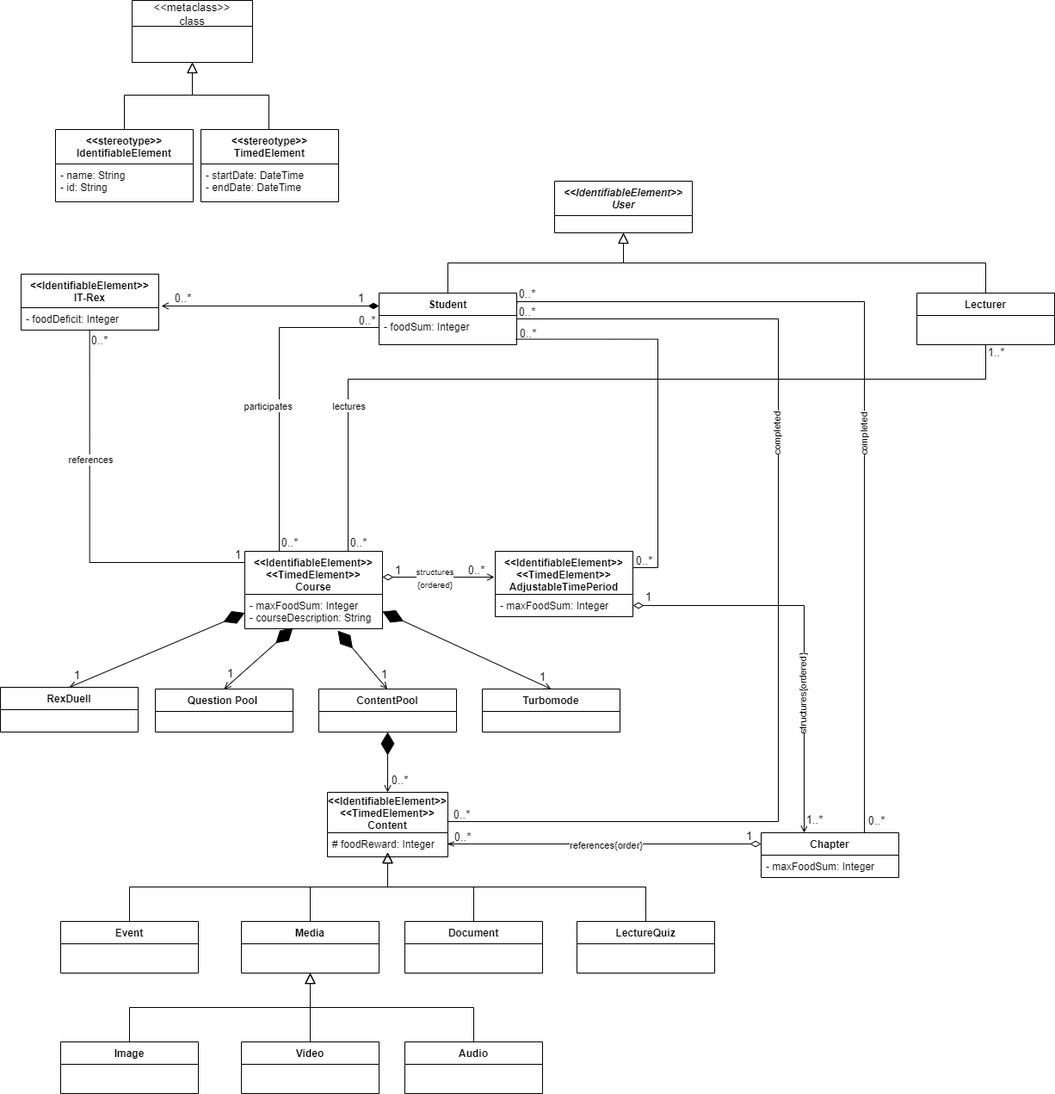
The draw.io diagram wiki/Images/Architecture/DataModel_CourseStructure.png in IT-REX-Platform/Wiki-EnPro-WS2020, before a commit. Source tidied: cells renumbered, new cells last; positions are measured from the earlier drawing's top-left corner, leaving out a move shared by most shapes.
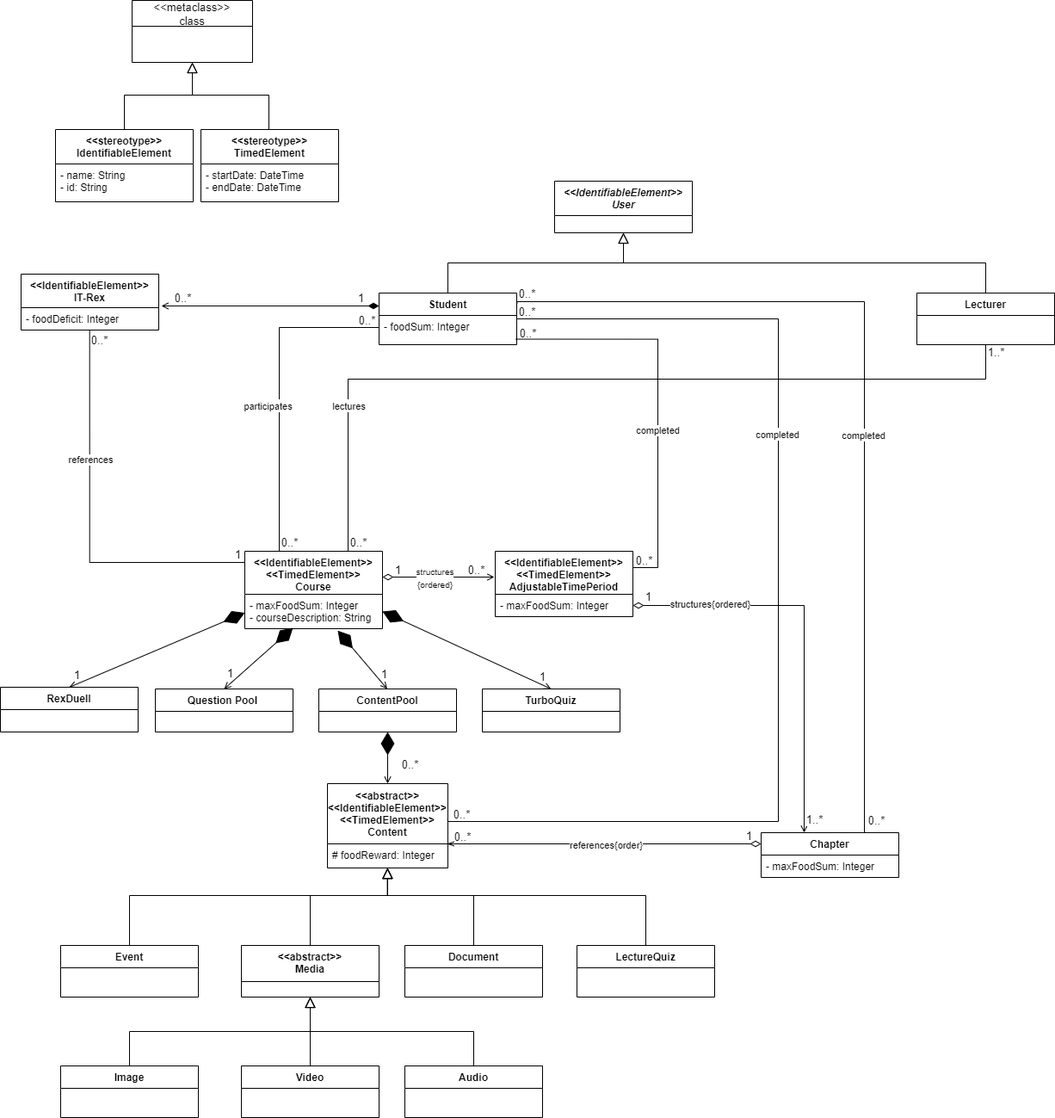
After the commit.

Commit message:
updated course structure model

Change to the diagram source:
```diff
@@ -18,7 +18,7 @@
         <mxPoint x="-27.3" y="-10.5" as="offset" />
       </mxGeometry>
     </mxCell>
-    <mxCell id="5" value="&lt;font style=&quot;font-size: 11px&quot;&gt;completed&lt;/font&gt;" style="edgeLabel;html=1;align=center;verticalAlign=middle;fontSize=13;horizontal=0;" parent="3" vertex="1">
+    <mxCell id="5" value="&lt;font style=&quot;font-size: 11px&quot;&gt;completed&lt;/font&gt;" style="edgeLabel;html=1;align=center;verticalAlign=middle;fontSize=13;horizontal=0;rotation=90;" parent="3" vertex="1">
       <mxGeometry x="-0.21" y="-1" relative="1" as="geometry">
         <mxPoint x="-1" y="153" as="offset" />
       </mxGeometry>
@@ -83,14 +83,6 @@
     <mxCell id="18" style="endArrow=block;endSize=10;endFill=0;shadow=0;strokeWidth=1;rounded=0;edgeStyle=elbowEdgeStyle;elbow=vertical;" parent="1" edge="1" source="17" target="2">
       <mxGeometry relative="1" as="geometry" />
     </mxCell>
-    <mxCell id="19" style="edgeStyle=orthogonalEdgeStyle;rounded=0;jettySize=auto;html=1;exitX=1;exitY=0.25;exitDx=0;exitDy=0;entryX=0.994;entryY=1.06;entryDx=0;entryDy=0;entryPerimeter=0;startArrow=none;startFill=0;endArrow=none;endFill=0;endSize=10;fontSize=11;" parent="1" edge="1" source="20" target="11">
-      <mxGeometry relative="1" as="geometry">
-        <Array as="points">
-          <mxPoint x="764" y="659" />
-          <mxPoint x="764" y="394" />
-        </Array>
-      </mxGeometry>
-    </mxCell>
     <mxCell id="20" value="&lt;&lt;IdentifiableElement&gt;&gt;&#10;&lt;&lt;TimedElement&gt;&gt;&#10;AdjustableTimePeriod" style="swimlane;fontStyle=1;align=center;verticalAlign=top;horizontal=1;startSize=50;" parent="1" vertex="1">
       <mxGeometry x="575" y="640" width="160" height="76" as="geometry" />
     </mxCell>
@@ -104,9 +96,9 @@
         </Array>
       </mxGeometry>
     </mxCell>
-    <mxCell id="23" value="&lt;font style=&quot;font-size: 11px&quot;&gt;structures{ordered}&lt;/font&gt;" style="edgeLabel;html=1;align=center;verticalAlign=middle;fontSize=13;horizontal=0;" parent="22" vertex="1">
+    <mxCell id="23" value="&lt;font style=&quot;font-size: 11px&quot;&gt;structures{ordered}&lt;/font&gt;" style="edgeLabel;html=1;align=center;verticalAlign=middle;fontSize=13;horizontal=0;rotation=90;" parent="22" vertex="1">
       <mxGeometry x="-0.25" y="1" relative="1" as="geometry">
-        <mxPoint x="-2" y="12.1" as="offset" />
+        <mxPoint x="-109" y="-93" as="offset" />
       </mxGeometry>
     </mxCell>
     <mxCell id="24" value="1" style="edgeLabel;html=1;align=center;verticalAlign=middle;fontSize=13;" parent="22" vertex="1">
@@ -132,7 +124,7 @@
       <mxGeometry y="39" width="160" height="26" as="geometry" />
     </mxCell>
     <mxCell id="30" value="Event" style="swimlane;fontStyle=1;align=center;verticalAlign=top;horizontal=1;startSize=26;" parent="1" vertex="1">
-      <mxGeometry x="70" y="1070" width="160" height="60" as="geometry" />
+      <mxGeometry x="70" y="1098" width="160" height="60" as="geometry" />
     </mxCell>
     <mxCell id="31" value="ContentPool" style="swimlane;fontStyle=1;align=center;verticalAlign=top;horizontal=1;startSize=26;rounded=0;shadow=0;strokeWidth=1;" parent="1" vertex="1">
       <mxGeometry x="370" y="800" width="160" height="50" as="geometry" />
@@ -164,76 +156,80 @@
     <mxCell id="37" value="- maxFoodSum: Integer&#10;- courseDescription: String" style="text;strokeColor=none;fillColor=none;align=left;verticalAlign=top;spacingLeft=4;spacingRight=4;overflow=hidden;points=[[0,0.5],[1,0.5]];portConstraint=eastwest;" parent="36" vertex="1">
       <mxGeometry y="50" width="160" height="40" as="geometry" />
     </mxCell>
-    <mxCell id="38" value="Turbomode" style="swimlane;fontStyle=1;align=center;verticalAlign=top;horizontal=1;startSize=26;" parent="1" vertex="1">
+    <mxCell id="38" value="TurboQuiz" style="swimlane;fontStyle=1;align=center;verticalAlign=top;horizontal=1;startSize=26;" parent="1" vertex="1">
       <mxGeometry x="560" y="800" width="160" height="50" as="geometry" />
     </mxCell>
     <mxCell id="39" value="RexDuell" style="swimlane;fontStyle=1;align=center;verticalAlign=top;horizontal=1;startSize=26;" parent="1" vertex="1">
       <mxGeometry y="798" width="160" height="52" as="geometry" />
     </mxCell>
-    <mxCell id="40" value="Media" style="swimlane;fontStyle=1;align=center;verticalAlign=top;horizontal=1;startSize=26;" parent="1" vertex="1">
-      <mxGeometry x="280" y="1070" width="160" height="60" as="geometry" />
+    <mxCell id="40" value="&lt;&lt;abstract&gt;&gt;&#10;Media" style="swimlane;fontStyle=1;align=center;verticalAlign=top;horizontal=1;startSize=42;" parent="1" vertex="1">
+      <mxGeometry x="280" y="1098" width="160" height="60" as="geometry" />
     </mxCell>
     <mxCell id="41" value="Document" style="swimlane;fontStyle=1;align=center;verticalAlign=top;horizontal=1;startSize=26;" parent="1" vertex="1">
-      <mxGeometry x="470" y="1070" width="160" height="60" as="geometry" />
+      <mxGeometry x="470" y="1098" width="160" height="60" as="geometry" />
     </mxCell>
     <mxCell id="42" value="LectureQuiz" style="swimlane;fontStyle=1;align=center;verticalAlign=top;horizontal=1;startSize=26;" parent="1" vertex="1">
-      <mxGeometry x="670" y="1070" width="160" height="60" as="geometry" />
+      <mxGeometry x="670" y="1098" width="160" height="60" as="geometry" />
     </mxCell>
     <mxCell id="43" value="Audio" style="swimlane;fontStyle=1;align=center;verticalAlign=top;horizontal=1;startSize=26;" parent="1" vertex="1">
-      <mxGeometry x="470" y="1210" width="160" height="60" as="geometry" />
+      <mxGeometry x="470" y="1238" width="160" height="60" as="geometry" />
     </mxCell>
     <mxCell id="44" value="Video" style="swimlane;fontStyle=1;align=center;verticalAlign=top;horizontal=1;startSize=26;" parent="1" vertex="1">
-      <mxGeometry x="280" y="1210" width="160" height="60" as="geometry" />
+      <mxGeometry x="280" y="1238" width="160" height="60" as="geometry" />
     </mxCell>
     <mxCell id="45" value="Image" style="swimlane;fontStyle=1;align=center;verticalAlign=top;horizontal=1;startSize=26;" parent="1" vertex="1">
-      <mxGeometry x="70" y="1210" width="160" height="60" as="geometry" />
+      <mxGeometry x="70" y="1238" width="160" height="60" as="geometry" />
     </mxCell>
     <mxCell id="46" style="endArrow=block;endSize=10;endFill=0;shadow=0;strokeWidth=1;rounded=0;edgeStyle=elbowEdgeStyle;elbow=vertical;" parent="1" edge="1" source="45">
       <mxGeometry relative="1" as="geometry">
-        <mxPoint x="360" y="1130" as="targetPoint" />
+        <mxPoint x="360" y="1158" as="targetPoint" />
       </mxGeometry>
     </mxCell>
     <mxCell id="47" style="endArrow=block;endSize=10;endFill=0;shadow=0;strokeWidth=1;rounded=0;edgeStyle=elbowEdgeStyle;elbow=vertical;exitX=0.5;exitY=0;exitDx=0;exitDy=0;" parent="1" edge="1" source="43">
       <mxGeometry relative="1" as="geometry">
-        <mxPoint x="360" y="1130" as="targetPoint" />
+        <mxPoint x="360" y="1158" as="targetPoint" />
       </mxGeometry>
     </mxCell>
     <mxCell id="48" style="endArrow=block;endSize=10;endFill=0;shadow=0;strokeWidth=1;rounded=0;edgeStyle=elbowEdgeStyle;elbow=vertical;exitX=0.5;exitY=0;exitDx=0;exitDy=0;" parent="1" edge="1" source="44">
       <mxGeometry relative="1" as="geometry">
-        <mxPoint x="360" y="1130" as="targetPoint" />
+        <mxPoint x="360" y="1158" as="targetPoint" />
       </mxGeometry>
     </mxCell>
-    <mxCell id="49" style="endArrow=block;endSize=10;endFill=0;shadow=0;strokeWidth=1;rounded=0;edgeStyle=elbowEdgeStyle;elbow=vertical;" parent="1" edge="1">
+    <mxCell id="49" style="endArrow=block;endSize=10;endFill=0;shadow=0;strokeWidth=1;rounded=0;edgeStyle=elbowEdgeStyle;elbow=vertical;exitX=0.5;exitY=0;exitDx=0;exitDy=0;entryX=0.5;entryY=1;entryDx=0;entryDy=0;" parent="1" edge="1" source="30" target="53">
       <mxGeometry relative="1" as="geometry">
-        <mxPoint x="150" y="1070" as="sourcePoint" />
-        <mxPoint x="450" y="990" as="targetPoint" />
         <Array as="points">
-          <mxPoint x="300" y="1030" />
+          <mxPoint x="304" y="1040" />
         </Array>
       </mxGeometry>
     </mxCell>
-    <mxCell id="50" style="endArrow=block;endSize=10;endFill=0;shadow=0;strokeWidth=1;rounded=0;edgeStyle=elbowEdgeStyle;elbow=vertical;" parent="1" edge="1" source="40">
+    <mxCell id="50" style="endArrow=block;endSize=10;endFill=0;shadow=0;strokeWidth=1;rounded=0;edgeStyle=elbowEdgeStyle;elbow=vertical;exitX=0.5;exitY=0;exitDx=0;exitDy=0;entryX=0.5;entryY=1.004;entryDx=0;entryDy=0;entryPerimeter=0;" parent="1" edge="1" source="40" target="54">
       <mxGeometry relative="1" as="geometry">
-        <mxPoint x="450" y="990" as="targetPoint" />
+        <Array as="points">
+          <mxPoint x="404" y="1040" />
+        </Array>
       </mxGeometry>
     </mxCell>
-    <mxCell id="51" style="endArrow=block;endSize=10;endFill=0;shadow=0;strokeWidth=1;rounded=0;edgeStyle=elbowEdgeStyle;elbow=vertical;exitX=0.5;exitY=0;exitDx=0;exitDy=0;" parent="1" edge="1" source="41">
+    <mxCell id="51" style="endArrow=block;endSize=10;endFill=0;shadow=0;strokeWidth=1;rounded=0;edgeStyle=elbowEdgeStyle;elbow=vertical;exitX=0.5;exitY=0;exitDx=0;exitDy=0;entryX=0.498;entryY=1.004;entryDx=0;entryDy=0;entryPerimeter=0;" parent="1" edge="1" source="41" target="54">
       <mxGeometry relative="1" as="geometry">
-        <mxPoint x="450" y="990" as="targetPoint" />
+        <Array as="points">
+          <mxPoint x="504" y="1040" />
+        </Array>
       </mxGeometry>
     </mxCell>
-    <mxCell id="52" style="endArrow=block;endSize=10;endFill=0;shadow=0;strokeWidth=1;rounded=0;edgeStyle=elbowEdgeStyle;elbow=vertical;exitX=0.5;exitY=0;exitDx=0;exitDy=0;" parent="1" edge="1" source="42">
+    <mxCell id="52" style="endArrow=block;endSize=10;endFill=0;shadow=0;strokeWidth=1;rounded=0;edgeStyle=elbowEdgeStyle;elbow=vertical;exitX=0.5;exitY=0;exitDx=0;exitDy=0;entryX=0.499;entryY=1.004;entryDx=0;entryDy=0;entryPerimeter=0;" parent="1" edge="1" source="42" target="54">
       <mxGeometry relative="1" as="geometry">
-        <mxPoint x="450" y="990" as="targetPoint" />
+        <Array as="points">
+          <mxPoint x="604" y="1040" />
+        </Array>
       </mxGeometry>
     </mxCell>
-    <mxCell id="53" value="&lt;&lt;IdentifiableElement&gt;&gt;&#10;&lt;&lt;TimedElement&gt;&gt;&#10;Content" style="swimlane;fontStyle=1;horizontal=1;startSize=47;fillColor=none;" parent="1" vertex="1">
-      <mxGeometry x="380" y="920" width="140" height="75" as="geometry" />
+    <mxCell id="53" value="&lt;&lt;abstract&gt;&gt;&#10;&lt;&lt;IdentifiableElement&gt;&gt;&#10;&lt;&lt;TimedElement&gt;&gt;&#10;Content" style="swimlane;fontStyle=1;horizontal=1;startSize=70;fillColor=none;" parent="1" vertex="1">
+      <mxGeometry x="380" y="910" width="140" height="98" as="geometry" />
     </mxCell>
     <mxCell id="54" value="# foodReward: Integer" style="text;strokeColor=none;fillColor=none;align=left;verticalAlign=top;spacingLeft=4;spacingRight=4;overflow=hidden;points=[[0,0.5],[1,0.5]];portConstraint=eastwest;" parent="53" vertex="1">
-      <mxGeometry y="47" width="140" height="28" as="geometry" />
+      <mxGeometry y="70" width="140" height="28" as="geometry" />
     </mxCell>
-    <mxCell id="55" style="endArrow=diamondThin;endFill=1;endSize=24;html=1;entryX=0.5;entryY=1;entryDx=0;entryDy=0;exitX=0.5;exitY=0;exitDx=0;exitDy=0;startArrow=open;startFill=0;" parent="1" edge="1" source="53" target="31">
+    <mxCell id="55" style="endArrow=diamondThin;endFill=1;endSize=24;html=1;entryX=0.5;entryY=1;entryDx=0;entryDy=0;startArrow=open;startFill=0;exitX=0.5;exitY=0;exitDx=0;exitDy=0;" parent="1" edge="1" source="53" target="31">
       <mxGeometry relative="1" as="geometry" />
     </mxCell>
     <mxCell id="56" style="endArrow=diamondThin;endFill=1;endSize=24;html=1;exitX=0.5;exitY=0;exitDx=0;exitDy=0;startArrow=open;startFill=0;entryX=1;entryY=0.5;entryDx=0;entryDy=0;" parent="1" edge="1" source="38" target="37">
@@ -325,7 +321,7 @@
         </Array>
       </mxGeometry>
     </mxCell>
-    <mxCell id="75" value="&lt;font style=&quot;font-size: 11px&quot;&gt;completed&lt;/font&gt;" style="edgeLabel;html=1;align=center;verticalAlign=middle;fontSize=13;horizontal=0;" parent="74" vertex="1">
+    <mxCell id="75" value="&lt;font style=&quot;font-size: 11px&quot;&gt;completed&lt;/font&gt;" style="edgeLabel;html=1;align=center;verticalAlign=middle;fontSize=13;horizontal=0;rotation=90;" parent="74" vertex="1">
       <mxGeometry x="-0.38" y="-1" relative="1" as="geometry">
         <mxPoint x="-1" y="40.8" as="offset" />
       </mxGeometry>
@@ -400,11 +396,19 @@
     </mxCell>
     <mxCell id="89" value="0..*" style="edgeLabel;html=1;align=center;verticalAlign=middle;fontSize=13;" parent="1" vertex="1">
       <mxGeometry x="334" y="786" as="geometry">
-        <mxPoint x="130" y="120" as="offset" />
+        <mxPoint x="142" y="102" as="offset" />
       </mxGeometry>
     </mxCell>
     <mxCell id="90" value="&lt;font style=&quot;font-size: 13px&quot;&gt;0..*&lt;/font&gt;" style="text;html=1;align=center;verticalAlign=middle;fontSize=11;" parent="1" vertex="1">
       <mxGeometry x="593" y="377" width="40" height="20" as="geometry" />
     </mxCell>
+    <mxCell id="19" value="completed" style="edgeStyle=orthogonalEdgeStyle;rounded=0;jettySize=auto;html=1;exitX=0.994;exitY=1.06;exitDx=0;exitDy=0;entryX=1;entryY=0.25;entryDx=0;entryDy=0;startArrow=none;startFill=0;endArrow=none;endFill=0;endSize=10;fontSize=11;exitPerimeter=0;" parent="1" edge="1" source="11" target="20">
+      <mxGeometry x="0.18" relative="1" as="geometry">
+        <Array as="points">
+          <mxPoint x="764" y="394" />
+          <mxPoint x="764" y="659" />
+        </Array>
+      </mxGeometry>
+    </mxCell>
   </root>
 </mxGraphModel>
```
